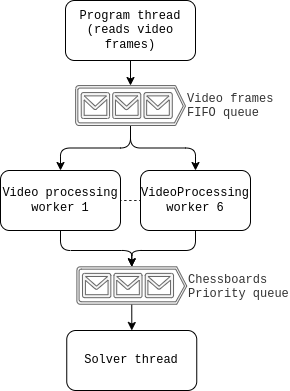
Above: parallel.drawio.png in simon-gardier/chess-cv (draw.io), before the change. Source tidied: cells renumbered, new cells last; positions are measured from the earlier drawing's top-left corner, leaving out a move shared by most shapes.
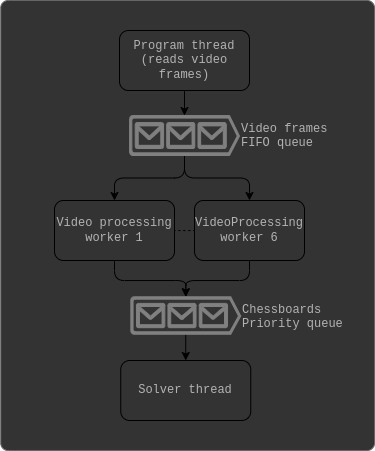
After the commit.

Commit message:
better illustration

What changed in the source:
```diff
@@ -2,43 +2,46 @@
   <root>
     <mxCell id="0" />
     <mxCell id="1" parent="0" />
+    <mxCell id="15" style="rounded=1;whiteSpace=wrap;html=1;arcSize=2;fillColor=#333333;fontColor=#B3B3B3;strokeColor=#666666;" parent="1" vertex="1">
+      <mxGeometry x="-53.8" y="-30" width="373.8" height="450" as="geometry" />
+    </mxCell>
-    <mxCell id="2" value="Program thread&lt;div&gt;(reads video frames)&lt;/div&gt;" style="rounded=1;whiteSpace=wrap;html=1;fontFamily=Courier New;" parent="1" vertex="1">
+    <mxCell id="2" value="Program thread&lt;div&gt;(reads video frames)&lt;/div&gt;" style="rounded=1;whiteSpace=wrap;html=1;fontFamily=Courier New;fillColor=none;fontColor=#B3B3B3;" parent="1" vertex="1">
       <mxGeometry x="65" width="130" height="60" as="geometry" />
     </mxCell>
-    <mxCell id="3" style="edgeStyle=orthogonalEdgeStyle;rounded=0;jettySize=auto;html=1;entryX=1;entryY=0.5;entryDx=0;entryDy=0;endArrow=none;endFill=0;dashed=1;dashPattern=1 4;fontFamily=Courier New;" parent="1" edge="1" source="4" target="5">
+    <mxCell id="3" style="edgeStyle=orthogonalEdgeStyle;rounded=0;jettySize=auto;html=1;entryX=1;entryY=0.5;entryDx=0;entryDy=0;endArrow=none;endFill=0;dashed=1;dashPattern=1 4;fontFamily=Courier New;fontColor=#B3B3B3;" parent="1" edge="1" source="4" target="5">
       <mxGeometry relative="1" as="geometry" />
     </mxCell>
-    <mxCell id="4" value="VideoProcessing worker 6" style="rounded=1;whiteSpace=wrap;html=1;fontFamily=Courier New;" parent="1" vertex="1">
+    <mxCell id="4" value="VideoProcessing worker 6" style="rounded=1;whiteSpace=wrap;html=1;fontFamily=Courier New;fillColor=none;fontColor=#B3B3B3;" parent="1" vertex="1">
       <mxGeometry x="140" y="170" width="110" height="60" as="geometry" />
     </mxCell>
-    <mxCell id="5" value="Video processing worker 1" style="rounded=1;whiteSpace=wrap;html=1;fontFamily=Courier New;" parent="1" vertex="1">
+    <mxCell id="5" value="Video processing worker 1" style="rounded=1;whiteSpace=wrap;html=1;fontFamily=Courier New;fillColor=none;fontColor=#B3B3B3;" parent="1" vertex="1">
       <mxGeometry y="170" width="120" height="60" as="geometry" />
     </mxCell>
-    <mxCell id="6" style="edgeStyle=orthogonalEdgeStyle;rounded=1;jettySize=auto;html=1;exitX=0.5;exitY=1;exitDx=0;exitDy=0;exitPerimeter=0;entryX=0.5;entryY=0;entryDx=0;entryDy=0;curved=0;fontFamily=Courier New;" parent="1" edge="1" source="8" target="4">
+    <mxCell id="6" style="edgeStyle=orthogonalEdgeStyle;rounded=1;jettySize=auto;html=1;exitX=0.5;exitY=1;exitDx=0;exitDy=0;exitPerimeter=0;entryX=0.5;entryY=0;entryDx=0;entryDy=0;curved=0;fontFamily=Courier New;fontColor=#B3B3B3;" parent="1" edge="1" source="8" target="4">
       <mxGeometry relative="1" as="geometry" />
     </mxCell>
-    <mxCell id="7" style="edgeStyle=orthogonalEdgeStyle;rounded=1;jettySize=auto;html=1;exitX=0.5;exitY=1;exitDx=0;exitDy=0;exitPerimeter=0;entryX=0.5;entryY=0;entryDx=0;entryDy=0;curved=0;fontFamily=Courier New;" parent="1" edge="1" source="8" target="5">
+    <mxCell id="7" style="edgeStyle=orthogonalEdgeStyle;rounded=1;jettySize=auto;html=1;exitX=0.5;exitY=1;exitDx=0;exitDy=0;exitPerimeter=0;entryX=0.5;entryY=0;entryDx=0;entryDy=0;curved=0;fontFamily=Courier New;fontColor=#B3B3B3;" parent="1" edge="1" source="8" target="5">
       <mxGeometry relative="1" as="geometry" />
     </mxCell>
-    <mxCell id="8" value="Video frames&amp;nbsp;&lt;div&gt;FIFO queue&lt;/div&gt;" style="verticalLabelPosition=bottom;html=1;verticalAlign=top;align=left;strokeColor=#666666;fillColor=#f5f5f5;shape=mxgraph.azure.queue_generic;fontColor=#333333;fontFamily=Courier New;rotation=90;labelPosition=center;direction=north;horizontal=0;" parent="1" vertex="1">
+    <mxCell id="8" value="Video frames&amp;nbsp;&lt;div&gt;FIFO queue&lt;/div&gt;" style="verticalLabelPosition=bottom;html=1;verticalAlign=top;align=left;strokeColor=#808080;fillColor=#808080;shape=mxgraph.azure.queue_generic;fontColor=#B3B3B3;fontFamily=Courier New;rotation=90;labelPosition=center;direction=north;horizontal=0;" parent="1" vertex="1">
       <mxGeometry x="110" y="50" width="40" height="110" as="geometry" />
     </mxCell>
-    <mxCell id="9" value="Solver thread" style="rounded=1;whiteSpace=wrap;html=1;fontFamily=Courier New;" parent="1" vertex="1">
+    <mxCell id="9" value="Solver thread" style="rounded=1;whiteSpace=wrap;html=1;fontFamily=Courier New;fillColor=none;fontColor=#B3B3B3;" parent="1" vertex="1">
       <mxGeometry x="66.2" y="330" width="130" height="60" as="geometry" />
     </mxCell>
-    <mxCell id="10" style="edgeStyle=orthogonalEdgeStyle;rounded=0;jettySize=auto;html=1;entryX=0.5;entryY=0;entryDx=0;entryDy=0;fontFamily=Courier New;" parent="1" edge="1" source="11" target="9">
+    <mxCell id="10" style="edgeStyle=orthogonalEdgeStyle;rounded=0;jettySize=auto;html=1;entryX=0.5;entryY=0;entryDx=0;entryDy=0;fontFamily=Courier New;fontColor=#B3B3B3;" parent="1" edge="1" source="11" target="9">
       <mxGeometry relative="1" as="geometry" />
     </mxCell>
-    <mxCell id="11" value="Chessboards&lt;div&gt;Priority queue&lt;/div&gt;" style="verticalLabelPosition=bottom;html=1;verticalAlign=top;align=left;strokeColor=#666666;fillColor=#f5f5f5;shape=mxgraph.azure.queue_generic;fontColor=#333333;fontFamily=Courier New;rotation=90;direction=north;horizontal=0;" parent="1" vertex="1">
+    <mxCell id="11" value="Chessboards&lt;div&gt;Priority queue&lt;/div&gt;" style="verticalLabelPosition=bottom;html=1;verticalAlign=top;align=left;strokeColor=#808080;fillColor=#808080;shape=mxgraph.azure.queue_generic;fontColor=#B3B3B3;fontFamily=Courier New;rotation=90;direction=north;horizontal=0;" parent="1" vertex="1">
       <mxGeometry x="112.5" y="230" width="37.5" height="110" as="geometry" />
     </mxCell>
-    <mxCell id="12" style="edgeStyle=orthogonalEdgeStyle;rounded=1;jettySize=auto;html=1;entryX=0.5;entryY=0;entryDx=0;entryDy=0;entryPerimeter=0;curved=0;fontFamily=Courier New;exitX=0.5;exitY=1;exitDx=0;exitDy=0;" parent="1" edge="1" source="5" target="11">
+    <mxCell id="12" style="edgeStyle=orthogonalEdgeStyle;rounded=1;jettySize=auto;html=1;entryX=0.5;entryY=0;entryDx=0;entryDy=0;entryPerimeter=0;curved=0;fontFamily=Courier New;exitX=0.5;exitY=1;exitDx=0;exitDy=0;fontColor=#B3B3B3;" parent="1" edge="1" source="5" target="11">
       <mxGeometry relative="1" as="geometry" />
     </mxCell>
-    <mxCell id="13" style="edgeStyle=orthogonalEdgeStyle;rounded=1;jettySize=auto;html=1;entryX=0.5;entryY=0;entryDx=0;entryDy=0;entryPerimeter=0;curved=0;fontFamily=Courier New;exitX=0.5;exitY=1;exitDx=0;exitDy=0;" parent="1" edge="1" source="4" target="11">
+    <mxCell id="13" style="edgeStyle=orthogonalEdgeStyle;rounded=1;jettySize=auto;html=1;entryX=0.5;entryY=0;entryDx=0;entryDy=0;entryPerimeter=0;curved=0;fontFamily=Courier New;exitX=0.5;exitY=1;exitDx=0;exitDy=0;fontColor=#B3B3B3;" parent="1" edge="1" source="4" target="11">
       <mxGeometry relative="1" as="geometry" />
     </mxCell>
-    <mxCell id="14" style="edgeStyle=orthogonalEdgeStyle;rounded=0;jettySize=auto;html=1;entryX=0.5;entryY=0;entryDx=0;entryDy=0;entryPerimeter=0;" parent="1" edge="1" source="2" target="8">
+    <mxCell id="14" style="edgeStyle=orthogonalEdgeStyle;rounded=0;jettySize=auto;html=1;entryX=0.5;entryY=0;entryDx=0;entryDy=0;entryPerimeter=0;fontColor=#B3B3B3;" parent="1" edge="1" source="2" target="8">
       <mxGeometry relative="1" as="geometry" />
     </mxCell>
   </root>
```
